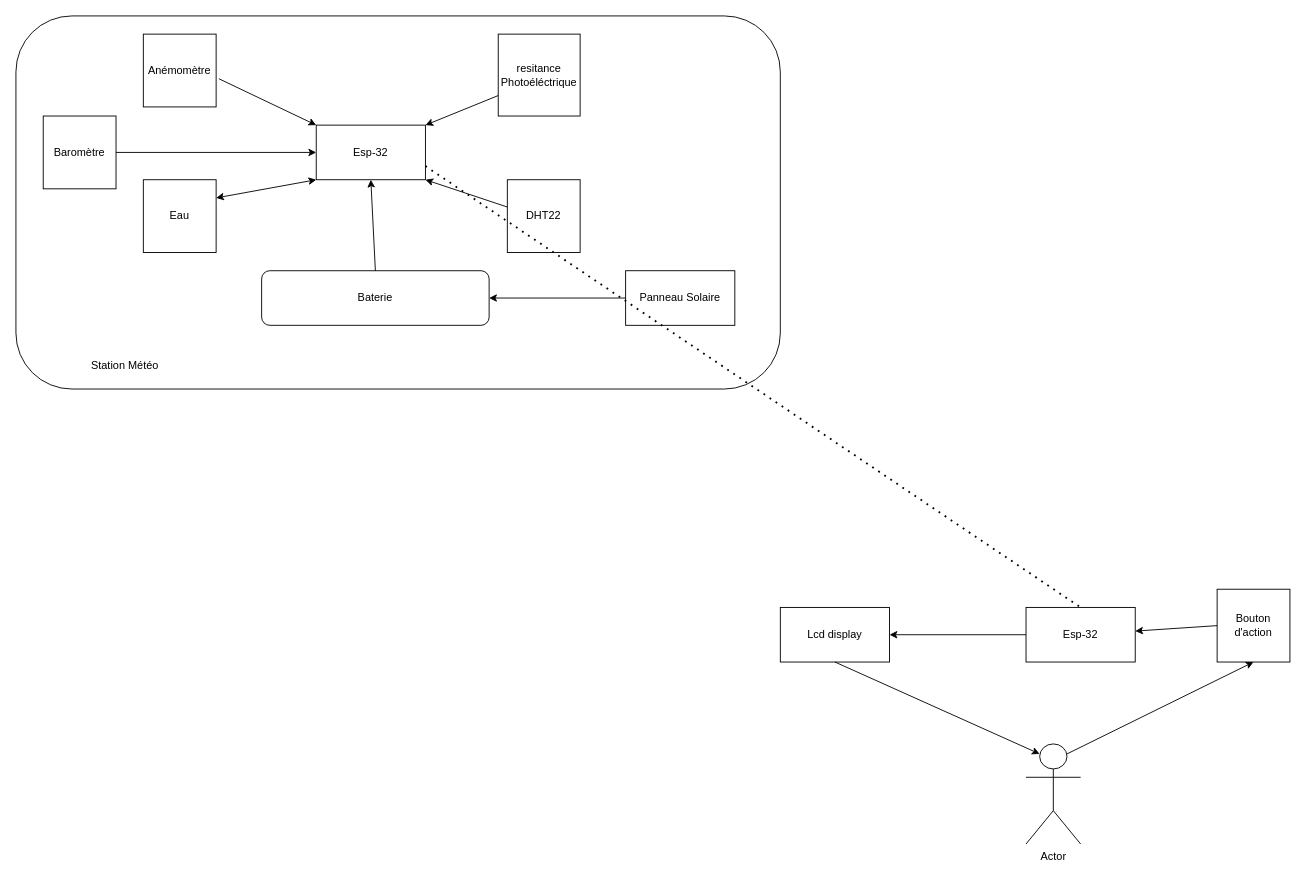
Before: Diagramme sans nom.drawio in ALexandreGr17/StationMeteo, a draw.io diagram. Source tidied: cells renumbered, new cells numbered last; positions are measured from the earlier drawing's top-left corner, leaving out a move shared by most shapes. Both pictures are drawn from the tidied source at 91%, with x=0, y=0 at pixel (15, 15).
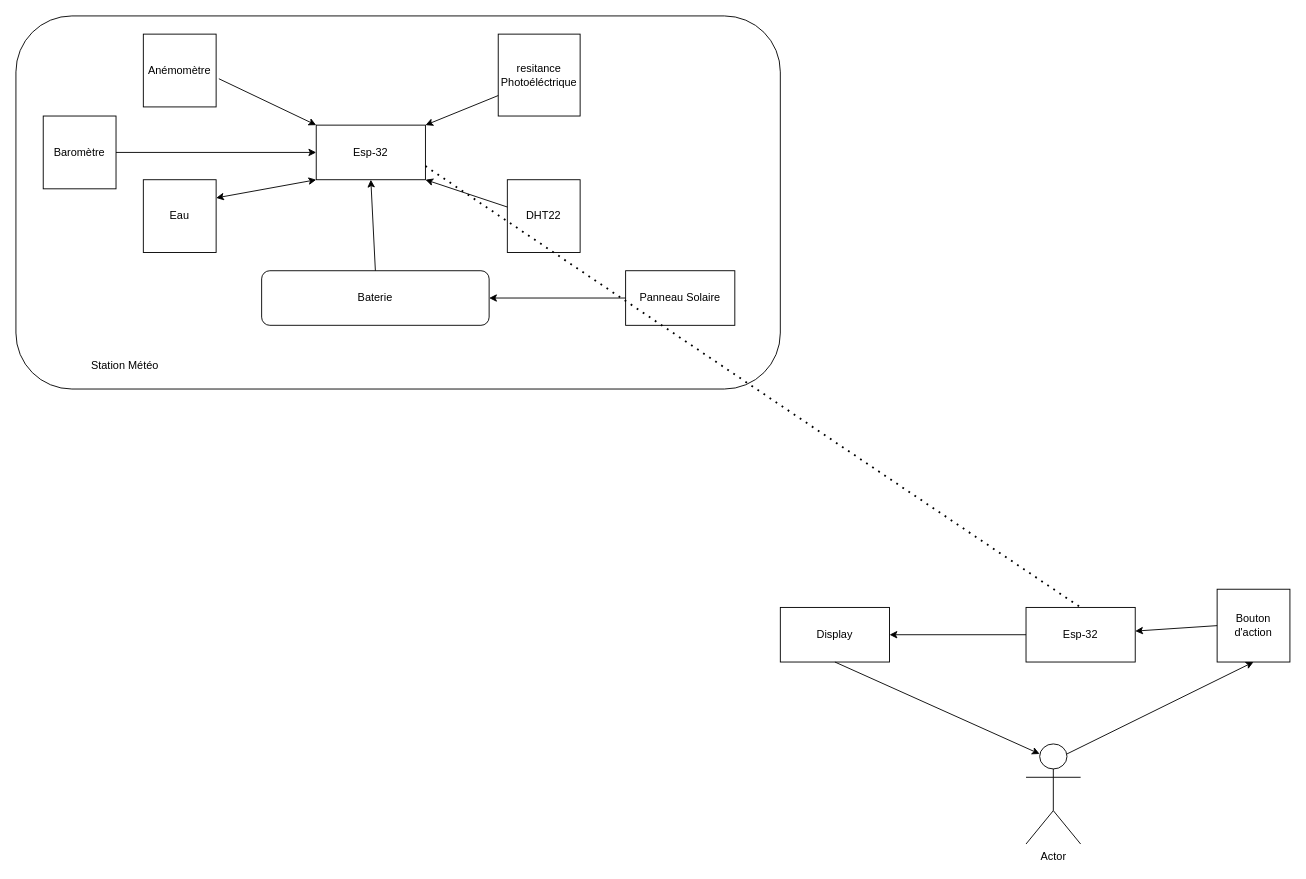
The same diagram, later.

What changed in the source:
```diff
@@
-    <mxCell id="20" value="Lcd display" style="rounded=0;whiteSpace=wrap;html=1;" parent="1" vertex="1">
+    <mxCell id="20" value="Display" style="rounded=0;whiteSpace=wrap;html=1;" parent="1" vertex="1">
       <mxGeometry x="840" y="650" width="120" height="60" as="geometry" />
     </mxCell>
```
